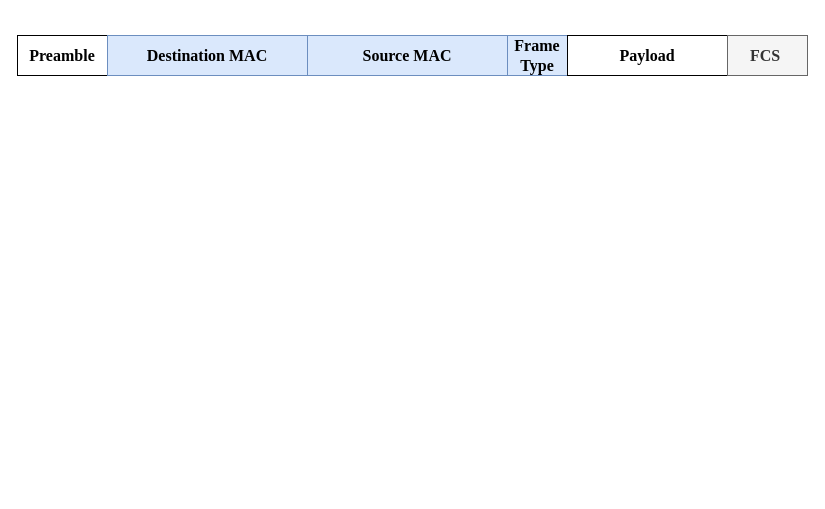
Earlier version of the draw.io diagram sniffer.drawio (baoqger/drawing.io). Source tidied: cells renumbered, new cells numbered last; positions are measured from the earlier drawing's top-left corner, leaving out a move shared by most shapes. Both pictures are drawn from the tidied source at 100%, with x=0, y=0 at pixel (17, 35).
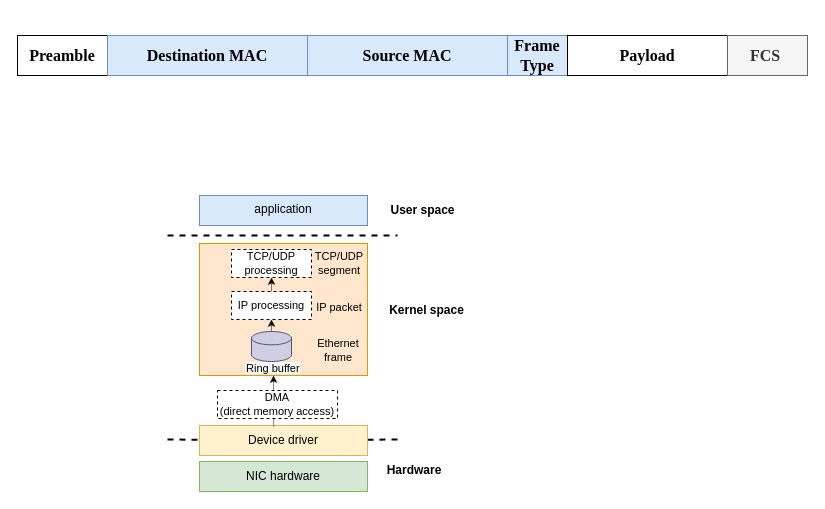
The same diagram, later.

Change to the diagram source:
```diff
@@
+    <mxCell id="8" style="endArrow=none;dashed=1;html=1;rounded=0;startArrow=none;strokeWidth=2;" parent="1" edge="1" source="13">
+      <mxGeometry relative="1" as="geometry">
+        <mxPoint x="380" y="404" as="targetPoint" />
+      </mxGeometry>
+    </mxCell>
+    <mxCell id="9" style="endArrow=none;dashed=1;html=1;rounded=0;strokeWidth=2;" parent="1" edge="1">
+      <mxGeometry relative="1" as="geometry">
+        <mxPoint x="150" y="200" as="sourcePoint" />
+        <mxPoint x="380" y="200" as="targetPoint" />
+      </mxGeometry>
+    </mxCell>
+    <mxCell id="10" value="NIC hardware" style="rounded=0;whiteSpace=wrap;html=1;fillColor=#d5e8d4;strokeColor=#82b366;" parent="1" vertex="1">
+      <mxGeometry x="182" y="426" width="168" height="30" as="geometry" />
+    </mxCell>
+    <mxCell id="11" style="rounded=0;whiteSpace=wrap;html=1;verticalAlign=top;fillColor=#ffe6cc;strokeColor=#d79b00;" parent="1" vertex="1">
+      <mxGeometry x="182" y="208" width="168" height="132" as="geometry" />
+    </mxCell>
+    <mxCell id="12" value="application" style="rounded=0;whiteSpace=wrap;html=1;verticalAlign=top;fillColor=#dae8fc;strokeColor=#6c8ebf;" parent="1" vertex="1">
+      <mxGeometry x="182" y="160" width="168" height="30" as="geometry" />
+    </mxCell>
+    <mxCell id="13" value="Device driver" style="rounded=0;whiteSpace=wrap;html=1;verticalAlign=middle;fillColor=#fff2cc;strokeColor=#d6b656;" parent="1" vertex="1">
+      <mxGeometry x="182" y="390" width="168" height="30" as="geometry" />
+    </mxCell>
+    <mxCell id="14" style="endArrow=none;dashed=1;html=1;rounded=0;strokeWidth=2;" parent="1" edge="1" target="13">
+      <mxGeometry relative="1" as="geometry">
+        <mxPoint x="150" y="404" as="sourcePoint" />
+      </mxGeometry>
+    </mxCell>
+    <mxCell id="15" value="Hardware" style="text;html=1;strokeColor=none;fillColor=none;align=center;verticalAlign=middle;whiteSpace=wrap;rounded=0;fontStyle=1;" parent="1" vertex="1">
+      <mxGeometry x="367" y="420" width="60" height="30" as="geometry" />
+    </mxCell>
+    <mxCell id="16" value="Kernel space" style="text;html=1;strokeColor=none;fillColor=none;align=center;verticalAlign=middle;whiteSpace=wrap;rounded=0;fontStyle=1;" parent="1" vertex="1">
+      <mxGeometry x="367" y="260" width="85" height="30" as="geometry" />
+    </mxCell>
+    <mxCell id="17" value="User space" style="text;html=1;strokeColor=none;fillColor=none;align=center;verticalAlign=middle;whiteSpace=wrap;rounded=0;fontStyle=1;" parent="1" vertex="1">
+      <mxGeometry x="363" y="160" width="85" height="30" as="geometry" />
+    </mxCell>
+    <mxCell id="18" value="Ethernet frame" style="text;html=1;strokeColor=none;fillColor=none;align=center;verticalAlign=middle;whiteSpace=wrap;rounded=0;fontSize=11;" parent="1" vertex="1">
+      <mxGeometry x="286" y="300" width="70" height="30" as="geometry" />
+    </mxCell>
+    <mxCell id="19" value="IP packet" style="text;html=1;strokeColor=none;fillColor=none;align=center;verticalAlign=middle;whiteSpace=wrap;rounded=0;fontSize=11;" parent="1" vertex="1">
+      <mxGeometry x="287" y="257" width="70" height="30" as="geometry" />
+    </mxCell>
+    <mxCell id="20" value="TCP/UDP segment" style="text;html=1;strokeColor=none;fillColor=none;align=center;verticalAlign=middle;whiteSpace=wrap;rounded=0;fontSize=11;" parent="1" vertex="1">
+      <mxGeometry x="287" y="213" width="70" height="30" as="geometry" />
+    </mxCell>
+    <mxCell id="21" style="shape=cylinder3;whiteSpace=wrap;html=1;boundedLbl=1;backgroundOutline=1;size=6.66668701171875;labelBackgroundColor=#CCCCFF;fillColor=#d0cee2;strokeColor=#56517e;" parent="1" vertex="1">
+      <mxGeometry x="234" y="296" width="40" height="30" as="geometry" />
+    </mxCell>
+    <mxCell id="22" value="&lt;span style=&quot;color: rgb(0, 0, 0); font-family: helvetica; font-size: 11px; font-style: normal; font-weight: 400; letter-spacing: normal; text-align: center; text-indent: 0px; text-transform: none; word-spacing: 0px; background-color: rgb(248, 249, 250); display: inline; float: none;&quot;&gt;Ring buffer&lt;/span&gt;" style="text;whiteSpace=wrap;html=1;fontSize=11;" parent="1" vertex="1">
+      <mxGeometry x="227" y="320" width="80" height="30" as="geometry" />
+    </mxCell>
+    <mxCell id="23" value="IP processing" style="rounded=0;whiteSpace=wrap;html=1;verticalAlign=middle;dashed=1;fontSize=11;" parent="1" vertex="1">
+      <mxGeometry x="214" y="256" width="80" height="28" as="geometry" />
+    </mxCell>
+    <mxCell id="24" value="TCP/UDP processing" style="rounded=0;whiteSpace=wrap;html=1;verticalAlign=middle;dashed=1;fontSize=11;" parent="1" vertex="1">
+      <mxGeometry x="214" y="214" width="80" height="28" as="geometry" />
+    </mxCell>
+    <mxCell id="25" style="endArrow=classic;html=1;rounded=0;fontSize=11;strokeWidth=0.5;exitX=0.5;exitY=0;exitDx=0;exitDy=0;exitPerimeter=0;entryX=0.5;entryY=1;entryDx=0;entryDy=0;" parent="1" edge="1" source="21" target="23">
+      <mxGeometry relative="1" as="geometry" />
+    </mxCell>
+    <mxCell id="26" style="endArrow=classic;html=1;rounded=0;fontSize=11;strokeWidth=0.5;exitX=0.5;exitY=0;exitDx=0;exitDy=0;entryX=0.5;entryY=1;entryDx=0;entryDy=0;" parent="1" edge="1" source="23" target="24">
+      <mxGeometry relative="1" as="geometry" />
+    </mxCell>
+    <mxCell id="27" style="endArrow=classic;html=1;rounded=0;fontSize=11;strokeWidth=0.5;exitX=0.442;exitY=0.044;exitDx=0;exitDy=0;exitPerimeter=0;" parent="1" edge="1" source="13">
+      <mxGeometry relative="1" as="geometry">
+        <mxPoint x="256" y="340" as="targetPoint" />
+      </mxGeometry>
+    </mxCell>
+    <mxCell id="28" value="DMA&lt;br&gt;(direct memory access)" style="rounded=0;whiteSpace=wrap;html=1;verticalAlign=middle;dashed=1;fontSize=11;" parent="1" vertex="1">
+      <mxGeometry x="200" y="355" width="120" height="28" as="geometry" />
+    </mxCell>
```
